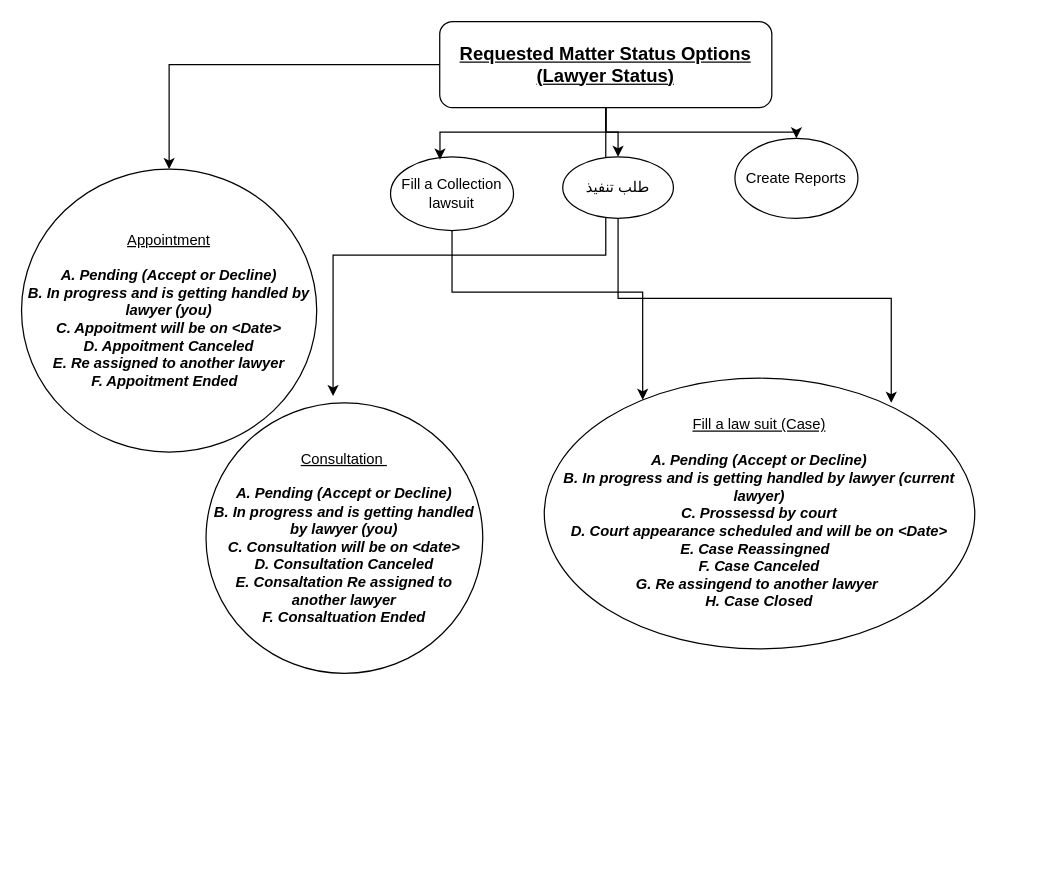
Above: page "MatterStatusOptions" (10 of 10) of LawyerApp.drawio in tariq7299/LawyerPrep (draw.io), before the change. Source tidied: cells renumbered, new cells numbered last; positions are measured from the earlier drawing's top-left corner, leaving out a move shared by most shapes. Both pictures are drawn from the tidied source at 123%, with x=0, y=0 at pixel (21, 21).
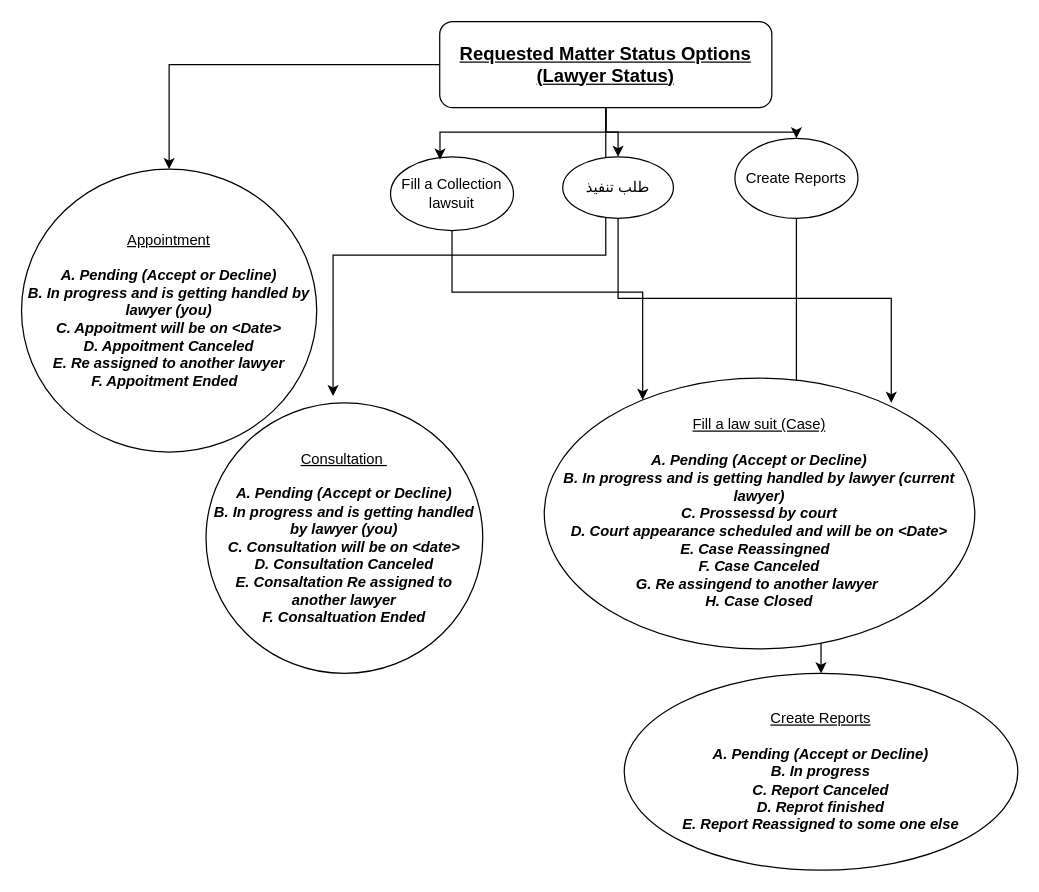
The same diagram, later.

What changed in the source:
```diff
@@
 <mxGraphModel>
   <root>
     <mxCell id="0" />
     <mxCell id="1" parent="0" />
     <mxCell id="2" style="edgeStyle=orthogonalEdgeStyle;rounded=0;jettySize=auto;html=1;" parent="1" edge="1" source="6" target="7">
       <mxGeometry relative="1" as="geometry" />
     </mxCell>
     <mxCell id="3" style="edgeStyle=orthogonalEdgeStyle;rounded=0;jettySize=auto;html=1;entryX=0.459;entryY=-0.025;entryDx=0;entryDy=0;entryPerimeter=0;" parent="1" edge="1" source="6" target="8">
       <mxGeometry relative="1" as="geometry" />
     </mxCell>
     <mxCell id="4" style="edgeStyle=orthogonalEdgeStyle;rounded=0;jettySize=auto;html=1;entryX=0.5;entryY=0;entryDx=0;entryDy=0;" parent="1" edge="1" source="6" target="10">
       <mxGeometry relative="1" as="geometry" />
     </mxCell>
     <mxCell id="5" style="edgeStyle=orthogonalEdgeStyle;rounded=0;jettySize=auto;html=1;" parent="1" edge="1" source="6" target="9">
       <mxGeometry relative="1" as="geometry" />
     </mxCell>
     <mxCell id="6" value="&lt;b&gt;&lt;u&gt;&lt;font style=&quot;font-size: 15px;&quot;&gt;Requested Matter Status Options (Lawyer Status)&lt;/font&gt;&lt;/u&gt;&lt;/b&gt;" style="rounded=1;whiteSpace=wrap;html=1;" parent="1" vertex="1">
       <mxGeometry x="340" width="270" height="70" as="geometry" />
     </mxCell>
     <mxCell id="7" value="&lt;u&gt;Appointment&lt;/u&gt;&lt;div&gt;&lt;br&gt;&lt;div&gt;&lt;b&gt;&lt;i&gt;A. Pending (Accept or Decline)&lt;/i&gt;&lt;/b&gt;&lt;br&gt;&lt;b&gt;&lt;i&gt;B. In progress and is getting handled by lawyer (you)&lt;/i&gt;&lt;/b&gt;&lt;/div&gt;&lt;div&gt;&lt;b style=&quot;background-color: initial;&quot;&gt;&lt;i&gt;C. Appoitment will be on &amp;lt;Date&amp;gt;&lt;/i&gt;&lt;/b&gt;&lt;/div&gt;&lt;/div&gt;&lt;div&gt;&lt;b&gt;&lt;i&gt;D. Appoitment Canceled&lt;/i&gt;&lt;/b&gt;&lt;/div&gt;&lt;div&gt;&lt;b&gt;&lt;i&gt;E. Re assigned to another lawyer&lt;/i&gt;&lt;/b&gt;&lt;b&gt;&lt;i&gt;&lt;br&gt;&lt;/i&gt;&lt;/b&gt;&lt;/div&gt;&lt;div&gt;&lt;b&gt;&lt;i&gt;F. Appoitment Ended&amp;nbsp;&amp;nbsp;&lt;/i&gt;&lt;/b&gt;&lt;/div&gt;" style="ellipse;whiteSpace=wrap;html=1;" parent="1" vertex="1">
       <mxGeometry y="120" width="240" height="230" as="geometry" />
     </mxCell>
     <mxCell id="8" value="&lt;u&gt;Consultation&amp;nbsp;&lt;/u&gt;&lt;br&gt;&lt;br&gt;&lt;b&gt;&lt;i&gt;A. Pending (Accept or Decline)&lt;/i&gt;&lt;/b&gt;&lt;div&gt;&lt;b&gt;&lt;i&gt;B. In progress and is getting handled by lawyer (you)&lt;/i&gt;&lt;/b&gt;&lt;/div&gt;&lt;div&gt;&lt;b&gt;&lt;i&gt;C. Consultation will be on &amp;lt;date&amp;gt;&lt;/i&gt;&lt;/b&gt;&lt;/div&gt;&lt;div&gt;&lt;b&gt;&lt;i&gt;D. Consultation Canceled&lt;/i&gt;&lt;/b&gt;&lt;/div&gt;&lt;div&gt;&lt;b&gt;&lt;i&gt;E. Consaltation Re assigned to another lawyer&lt;/i&gt;&lt;/b&gt;&lt;/div&gt;&lt;div&gt;&lt;b&gt;&lt;i&gt;F. Consaltuation Ended&lt;/i&gt;&lt;/b&gt;&lt;/div&gt;" style="ellipse;whiteSpace=wrap;html=1;" parent="1" vertex="1">
       <mxGeometry x="150" y="310" width="225" height="220" as="geometry" />
     </mxCell>
+    <mxCell id="16" style="edgeStyle=orthogonalEdgeStyle;rounded=0;jettySize=auto;html=1;" parent="1" edge="1" source="9" target="17">
+      <mxGeometry relative="1" as="geometry" />
+    </mxCell>
     <mxCell id="9" value="Create Reports" style="ellipse;whiteSpace=wrap;html=1;" parent="1" vertex="1">
       <mxGeometry x="580" y="95" width="100" height="65" as="geometry" />
     </mxCell>
     <mxCell id="10" value="طلب تنفيذ" style="ellipse;whiteSpace=wrap;html=1;" parent="1" vertex="1">
       <mxGeometry x="440" y="110" width="90" height="50" as="geometry" />
     </mxCell>
     <mxCell id="11" style="edgeStyle=orthogonalEdgeStyle;rounded=0;jettySize=auto;html=1;" parent="1" edge="1" source="12" target="13">
       <mxGeometry relative="1" as="geometry">
         <Array as="points">
           <mxPoint x="350" y="220" />
           <mxPoint x="505" y="220" />
         </Array>
       </mxGeometry>
     </mxCell>
     <mxCell id="12" value="Fill a Collection lawsuit" style="ellipse;whiteSpace=wrap;html=1;" parent="1" vertex="1">
       <mxGeometry x="300" y="110" width="100" height="60" as="geometry" />
     </mxCell>
     <mxCell id="13" value="&lt;u&gt;Fill a law suit (Case)&lt;/u&gt;&lt;div&gt;&lt;u&gt;&lt;br&gt;&lt;/u&gt;&lt;/div&gt;&lt;div&gt;&lt;b&gt;&lt;i&gt;A. Pending (Accept or Decline)&lt;/i&gt;&lt;/b&gt;&lt;/div&gt;&lt;div&gt;&lt;b&gt;&lt;i&gt;B. In progress and is getting handled by lawyer (current lawyer)&lt;/i&gt;&lt;/b&gt;&lt;/div&gt;&lt;div&gt;&lt;b&gt;&lt;i&gt;C. Prossessd by court&lt;/i&gt;&lt;/b&gt;&lt;/div&gt;&lt;div&gt;&lt;b&gt;&lt;i&gt;D. Court appearance scheduled and will be on &amp;lt;Date&amp;gt;&lt;/i&gt;&lt;/b&gt;&lt;/div&gt;&lt;div&gt;&lt;b&gt;&lt;i&gt;E. Case Reassingned&amp;nbsp;&amp;nbsp;&lt;/i&gt;&lt;/b&gt;&lt;/div&gt;&lt;div&gt;&lt;b&gt;&lt;i&gt;F. Case Canceled&lt;/i&gt;&lt;/b&gt;&lt;/div&gt;&lt;div&gt;&lt;b&gt;&lt;i&gt;G. Re assingend to another lawyer&amp;nbsp;&lt;/i&gt;&lt;/b&gt;&lt;/div&gt;&lt;div&gt;&lt;b&gt;&lt;i&gt;H. Case Closed&lt;/i&gt;&lt;/b&gt;&lt;/div&gt;" style="ellipse;whiteSpace=wrap;html=1;" parent="1" vertex="1">
       <mxGeometry x="425" y="290" width="350" height="220" as="geometry" />
     </mxCell>
     <mxCell id="14" style="edgeStyle=orthogonalEdgeStyle;rounded=0;jettySize=auto;html=1;entryX=0.402;entryY=0.039;entryDx=0;entryDy=0;entryPerimeter=0;" parent="1" edge="1" source="6" target="12">
       <mxGeometry relative="1" as="geometry" />
     </mxCell>
     <mxCell id="15" style="edgeStyle=orthogonalEdgeStyle;rounded=0;jettySize=auto;html=1;entryX=0.806;entryY=0.091;entryDx=0;entryDy=0;entryPerimeter=0;" parent="1" edge="1" source="10" target="13">
       <mxGeometry relative="1" as="geometry" />
     </mxCell>
+    <mxCell id="17" value="&lt;u&gt;Create Reports&lt;/u&gt;&lt;div&gt;&lt;br&gt;&lt;/div&gt;&lt;div&gt;&lt;b style=&quot;&quot;&gt;&lt;i&gt;A. Pending (Accept or Decline)&lt;/i&gt;&lt;/b&gt;&lt;/div&gt;&lt;div&gt;&lt;b&gt;&lt;i&gt;B. In progress&lt;/i&gt;&lt;/b&gt;&lt;/div&gt;&lt;div&gt;&lt;b&gt;&lt;i&gt;C. Report Canceled&lt;/i&gt;&lt;/b&gt;&lt;/div&gt;&lt;div&gt;&lt;b&gt;&lt;i&gt;D. Reprot finished&lt;/i&gt;&lt;/b&gt;&lt;/div&gt;&lt;div&gt;&lt;b&gt;&lt;i&gt;E. Report Reassigned to some one else&lt;/i&gt;&lt;/b&gt;&lt;/div&gt;" style="ellipse;whiteSpace=wrap;html=1;" parent="1" vertex="1">
+      <mxGeometry x="490" y="530" width="320" height="160" as="geometry" />
+    </mxCell>
   </root>
 </mxGraphModel>
```
